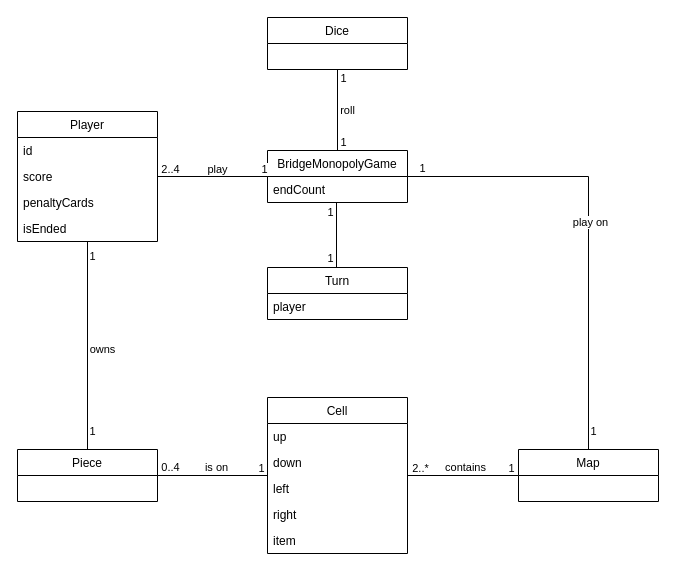
Earlier version of the draw.io diagram business_model/DomainModelDiagram.drawio (gimangi/Bridge-Monopoly). Source tidied: cells renumbered, new cells numbered last; positions are measured from the earlier drawing's top-left corner, leaving out a move shared by most shapes. Both pictures are drawn from the tidied source at 100%, with x=0, y=0 at pixel (17, 17).
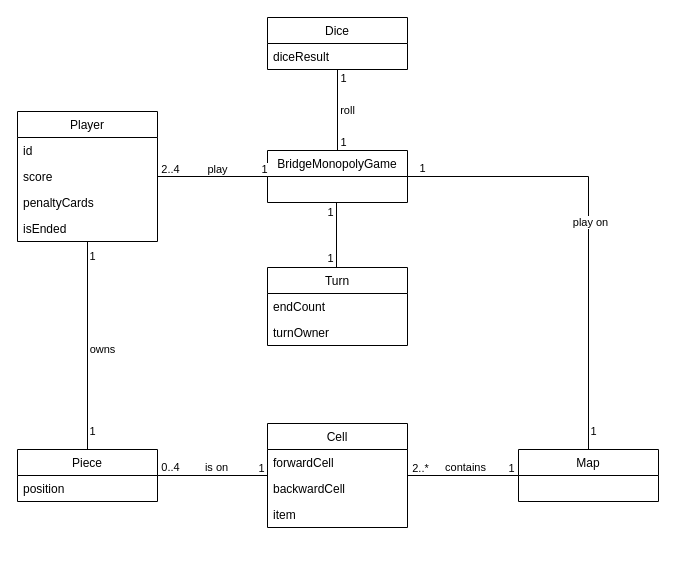
After the change.

The change refers to these unchanged cells:
```xml
<mxCell id="18" value="BridgeMonopolyGame" style="swimlane;fontStyle=0;horizontal=1;startSize=26;fillColor=none;" parent="1" vertex="1">
  <mxGeometry x="250" y="133" width="140" height="52" as="geometry" />
</mxCell>
<mxCell id="24" value="Map" style="swimlane;fontStyle=0;horizontal=1;startSize=26;fillColor=none;" parent="1" vertex="1">
  <mxGeometry x="501" y="432" width="140" height="52" as="geometry" />
</mxCell>
<mxCell id="30" value="Piece" style="swimlane;fontStyle=0;horizontal=1;startSize=26;fillColor=none;" parent="1" vertex="1">
  <mxGeometry y="432" width="140" height="52" as="geometry" />
</mxCell>
<mxCell id="41" value="Dice" style="swimlane;fontStyle=0;horizontal=1;startSize=26;fillColor=none;" parent="1" vertex="1">
  <mxGeometry x="250" width="140" height="52" as="geometry" />
</mxCell>
```

The edit, as a diff of the source:
```diff
@@
-    <mxCell id="19" value="endCount" style="text;strokeColor=none;fillColor=none;align=left;verticalAlign=top;spacingLeft=4;spacingRight=4;overflow=hidden;" parent="18" vertex="1">
-      <mxGeometry y="26" width="140" height="26" as="geometry" />
-    </mxCell>
@@
-    <mxCell id="25" value=" " style="text;strokeColor=none;fillColor=none;align=left;verticalAlign=top;spacingLeft=4;spacingRight=4;overflow=hidden;" parent="24" vertex="1">
-      <mxGeometry y="26" width="140" height="26" as="geometry" />
-    </mxCell>
@@
+    <mxCell id="49" value="position" style="text;strokeColor=none;fillColor=none;align=left;verticalAlign=top;spacingLeft=4;spacingRight=4;overflow=hidden;" parent="30" vertex="1">
+      <mxGeometry y="26" width="140" height="26" as="geometry" />
+    </mxCell>
@@
     <mxCell id="35" value="Cell" style="swimlane;fontStyle=0;horizontal=1;startSize=26;fillColor=none;" parent="1" vertex="1">
-      <mxGeometry x="250" y="380" width="140" height="156" as="geometry" />
+      <mxGeometry x="250" y="406" width="140" height="104" as="geometry" />
     </mxCell>
-    <mxCell id="36" value="up" style="text;strokeColor=none;fillColor=none;align=left;verticalAlign=top;spacingLeft=4;spacingRight=4;overflow=hidden;" parent="35" vertex="1">
+    <mxCell id="36" value="forwardCell" style="text;strokeColor=none;fillColor=none;align=left;verticalAlign=top;spacingLeft=4;spacingRight=4;overflow=hidden;" parent="35" vertex="1">
       <mxGeometry y="26" width="140" height="26" as="geometry" />
     </mxCell>
-    <mxCell id="37" value="down" style="text;strokeColor=none;fillColor=none;align=left;verticalAlign=top;spacingLeft=4;spacingRight=4;overflow=hidden;" parent="35" vertex="1">
+    <mxCell id="37" value="backwardCell" style="text;strokeColor=none;fillColor=none;align=left;verticalAlign=top;spacingLeft=4;spacingRight=4;overflow=hidden;" parent="35" vertex="1">
       <mxGeometry y="52" width="140" height="26" as="geometry" />
     </mxCell>
-    <mxCell id="38" value="left" style="text;strokeColor=none;fillColor=none;align=left;verticalAlign=top;spacingLeft=4;spacingRight=4;overflow=hidden;" parent="35" vertex="1">
-      <mxGeometry y="78" width="140" height="26" as="geometry" />
-    </mxCell>
-    <mxCell id="39" value="right" style="text;strokeColor=none;fillColor=none;align=left;verticalAlign=top;spacingLeft=4;spacingRight=4;overflow=hidden;" parent="35" vertex="1">
-      <mxGeometry y="104" width="140" height="26" as="geometry" />
-    </mxCell>
     <mxCell id="40" value="item" style="text;strokeColor=none;fillColor=none;align=left;verticalAlign=top;spacingLeft=4;spacingRight=4;overflow=hidden;" parent="35" vertex="1">
-      <mxGeometry y="130" width="140" height="26" as="geometry" />
+      <mxGeometry y="78" width="140" height="26" as="geometry" />
     </mxCell>
@@
-    <mxCell id="42" value=" " style="text;strokeColor=none;fillColor=none;align=left;verticalAlign=top;spacingLeft=4;spacingRight=4;overflow=hidden;" parent="41" vertex="1">
+    <mxCell id="42" value="diceResult" style="text;strokeColor=none;fillColor=none;align=left;verticalAlign=top;spacingLeft=4;spacingRight=4;overflow=hidden;" parent="41" vertex="1">
       <mxGeometry y="26" width="140" height="26" as="geometry" />
     </mxCell>
@@
     <mxCell id="47" value="Turn" style="swimlane;fontStyle=0;horizontal=1;startSize=26;fillColor=none;" parent="1" vertex="1">
-      <mxGeometry x="250" y="250" width="140" height="52" as="geometry" />
+      <mxGeometry x="250" y="250" width="140" height="78" as="geometry" />
     </mxCell>
+    <mxCell id="19" value="endCount" style="text;strokeColor=none;fillColor=none;align=left;verticalAlign=top;spacingLeft=4;spacingRight=4;overflow=hidden;" parent="47" vertex="1">
+      <mxGeometry y="26" width="140" height="26" as="geometry" />
+    </mxCell>
-    <mxCell id="48" value="player" style="text;strokeColor=none;fillColor=none;align=left;verticalAlign=top;spacingLeft=4;spacingRight=4;overflow=hidden;" parent="47" vertex="1">
-      <mxGeometry y="26" width="140" height="26" as="geometry" />
+    <mxCell id="48" value="turnOwner" style="text;strokeColor=none;fillColor=none;align=left;verticalAlign=top;spacingLeft=4;spacingRight=4;overflow=hidden;" parent="47" vertex="1">
+      <mxGeometry y="52" width="140" height="26" as="geometry" />
     </mxCell>
```
